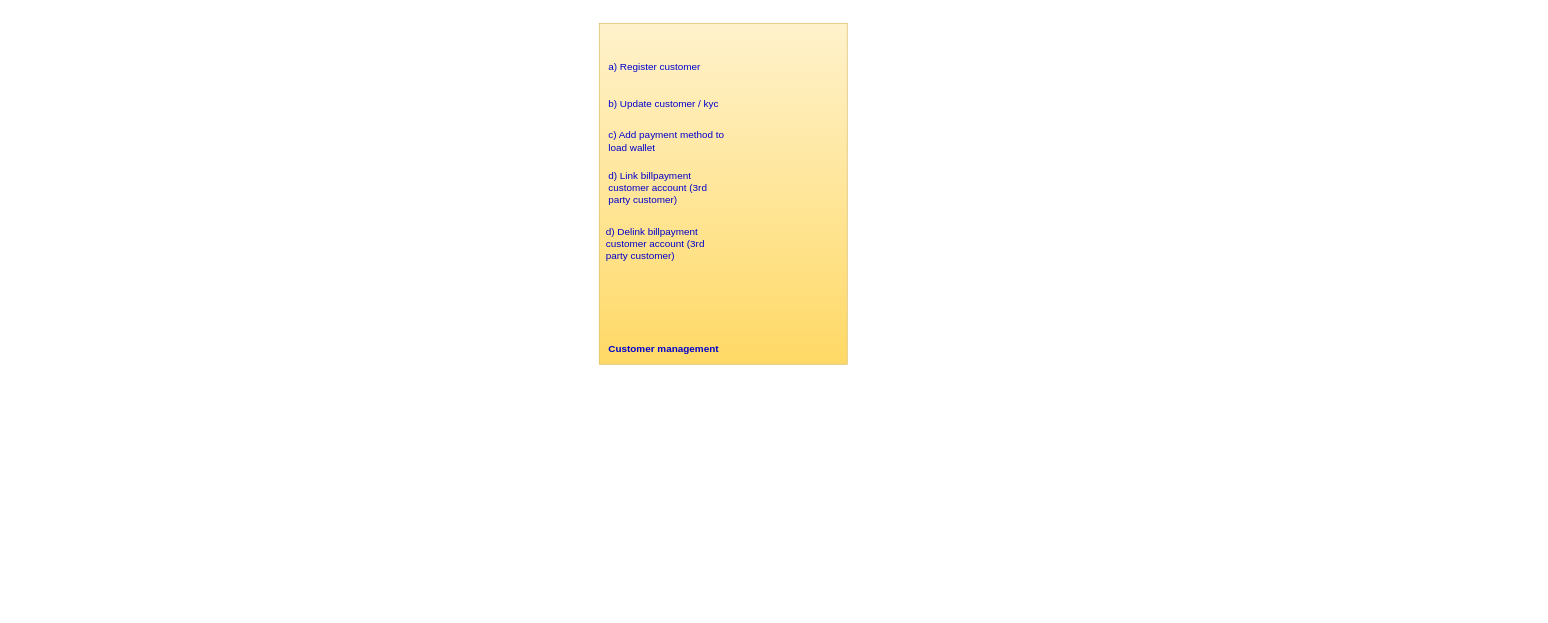
Above: java8/src/main/Subdomain-customer.drawio in aratishingala83/learning (draw.io), before the change. Source tidied: cells renumbered, new cells numbered last; positions are measured from the earlier drawing's top-left corner, leaving out a move shared by most shapes. Both pictures are drawn from the tidied source at 62%, with x=0, y=0 at pixel (598, 23).
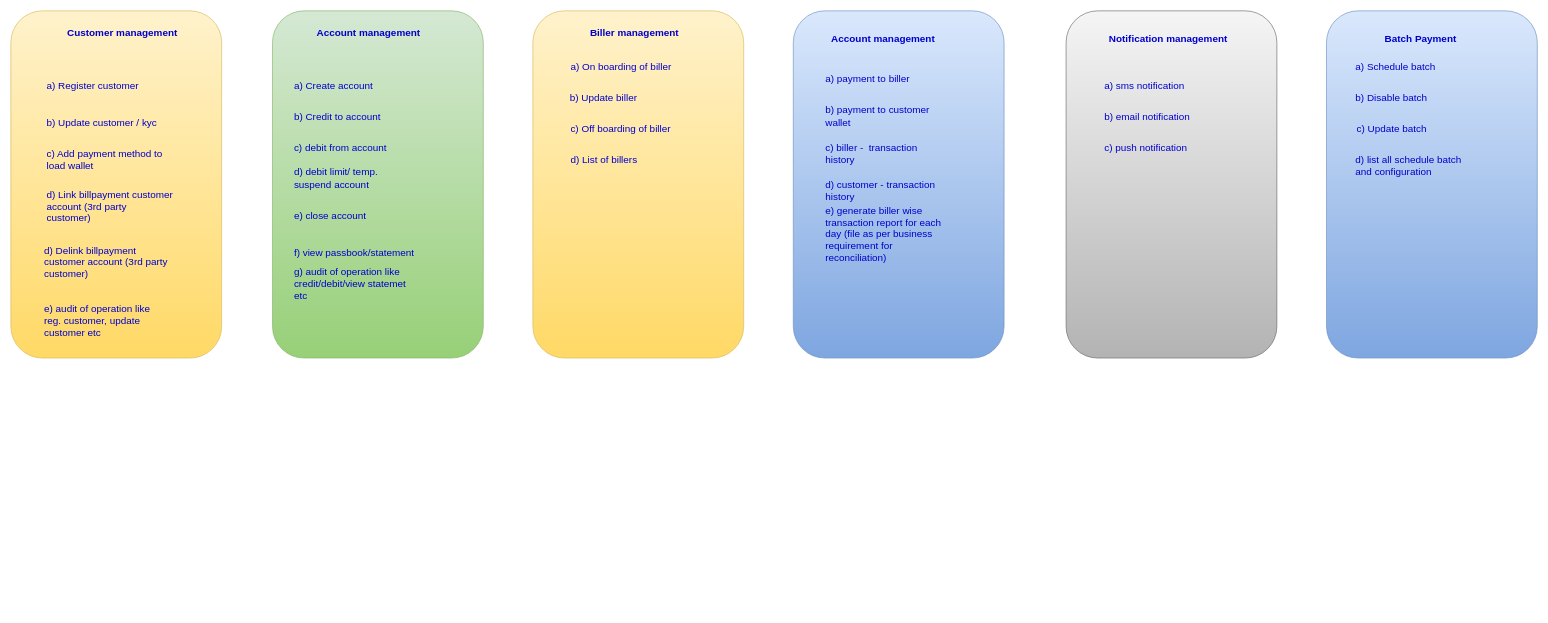
Above is the later version.

Change to the diagram source:
```diff
@@
-    <mxCell id="2" style="group;" parent="1" vertex="1">
-      <mxGeometry x="4" width="400" height="950" as="geometry" />
-    </mxCell>
-    <mxCell id="3" style="rounded=0;whiteSpace=wrap;html=1;fillColor=#fff2cc;strokeColor=#d6b656;gradientColor=#ffd966;" parent="2" vertex="1">
-      <mxGeometry x="-3" width="400" height="550" as="geometry" />
-    </mxCell>
+    <mxCell id="10" style="group;" parent="1" vertex="1">
+      <mxGeometry x="-948" y="-20" width="340" height="560" as="geometry" />
+    </mxCell>
+    <mxCell id="11" style="rounded=1;whiteSpace=wrap;html=1;fillColor=#fff2cc;strokeColor=#d6b656;gradientColor=#ffd966;" parent="10" vertex="1">
+      <mxGeometry width="340" height="560" as="geometry" />
+    </mxCell>
-    <mxCell id="4" value="Customer management" style="text;html=1;strokeColor=none;fillColor=none;align=center;verticalAlign=middle;whiteSpace=wrap;rounded=0;fontSize=16;fontStyle=1;fontColor=#0000CC;" parent="2" vertex="1">
-      <mxGeometry x="-4" y="510" width="210" height="30" as="geometry" />
+    <mxCell id="4" value="Customer management" style="text;html=1;strokeColor=none;fillColor=none;align=center;verticalAlign=middle;whiteSpace=wrap;rounded=0;fontSize=16;fontStyle=1;fontColor=#0000CC;" parent="10" vertex="1">
+      <mxGeometry x="72.1" y="20" width="216.4" height="30" as="geometry" />
     </mxCell>
-    <mxCell id="5" value="a) Register customer" style="text;html=1;strokeColor=none;fillColor=none;align=left;verticalAlign=middle;whiteSpace=wrap;rounded=0;fontSize=16;fontColor=#0000CC;" parent="2" vertex="1">
-      <mxGeometry x="10" y="50" width="200" height="40" as="geometry" />
+    <mxCell id="5" value="a) Register customer" style="text;html=1;strokeColor=none;fillColor=none;align=left;verticalAlign=middle;whiteSpace=wrap;rounded=0;fontSize=16;fontColor=#0000CC;" parent="10" vertex="1">
+      <mxGeometry x="55.6" y="100" width="206.1" height="40" as="geometry" />
     </mxCell>
-    <mxCell id="6" value="b) Update customer / kyc" style="text;html=1;strokeColor=none;fillColor=none;align=left;verticalAlign=middle;whiteSpace=wrap;rounded=0;fontSize=16;fontColor=#0000CC;" parent="2" vertex="1">
-      <mxGeometry x="10" y="110" width="200" height="40" as="geometry" />
+    <mxCell id="6" value="b) Update customer / kyc" style="text;html=1;strokeColor=none;fillColor=none;align=left;verticalAlign=middle;whiteSpace=wrap;rounded=0;fontSize=16;fontColor=#0000CC;" parent="10" vertex="1">
+      <mxGeometry x="55.6" y="160" width="206.1" height="40" as="geometry" />
     </mxCell>
-    <mxCell id="7" value="c) Add payment method to load wallet" style="text;html=1;strokeColor=none;fillColor=none;align=left;verticalAlign=middle;whiteSpace=wrap;rounded=0;fontSize=16;fontColor=#0000CC;" parent="2" vertex="1">
-      <mxGeometry x="10" y="170" width="200" height="40" as="geometry" />
+    <mxCell id="7" value="c) Add payment method to load wallet" style="text;html=1;strokeColor=none;fillColor=none;align=left;verticalAlign=middle;whiteSpace=wrap;rounded=0;fontSize=16;fontColor=#0000CC;" parent="10" vertex="1">
+      <mxGeometry x="55.6" y="220" width="206.1" height="40" as="geometry" />
     </mxCell>
-    <mxCell id="8" value="d) Link billpayment customer account (3rd party customer)" style="text;html=1;strokeColor=none;fillColor=none;align=left;verticalAlign=middle;whiteSpace=wrap;rounded=0;fontSize=16;fontColor=#0000CC;" parent="2" vertex="1">
-      <mxGeometry x="10" y="230" width="200" height="70" as="geometry" />
+    <mxCell id="8" value="d) Link billpayment customer account (3rd party customer)" style="text;html=1;strokeColor=none;fillColor=none;align=left;verticalAlign=middle;whiteSpace=wrap;rounded=0;fontSize=16;fontColor=#0000CC;" parent="10" vertex="1">
+      <mxGeometry x="55.6" y="280" width="206.1" height="70" as="geometry" />
     </mxCell>
-    <mxCell id="9" value="d) Delink billpayment customer account (3rd party customer)" style="text;html=1;strokeColor=none;fillColor=none;align=left;verticalAlign=middle;whiteSpace=wrap;rounded=0;fontSize=16;fontColor=#0000CC;" parent="2" vertex="1">
-      <mxGeometry x="6" y="320" width="200" height="70" as="geometry" />
+    <mxCell id="9" value="d) Delink billpayment customer account (3rd party customer)" style="text;html=1;strokeColor=none;fillColor=none;align=left;verticalAlign=middle;whiteSpace=wrap;rounded=0;fontSize=16;fontColor=#0000CC;" parent="10" vertex="1">
+      <mxGeometry x="51.5" y="370" width="206.1" height="70" as="geometry" />
     </mxCell>
+    <mxCell id="12" value="e) audit of operation like reg. customer, update customer etc&amp;nbsp;" style="text;html=1;strokeColor=none;fillColor=none;align=left;verticalAlign=middle;whiteSpace=wrap;rounded=0;fontSize=16;fontColor=#0000CC;" parent="10" vertex="1">
+      <mxGeometry x="51.5" y="480" width="200" height="40" as="geometry" />
+    </mxCell>
+    <mxCell id="13" style="rounded=1;whiteSpace=wrap;html=1;fillColor=#d5e8d4;gradientColor=#97d077;strokeColor=#82b366;" parent="1" vertex="1">
+      <mxGeometry x="-526" y="-20" width="340" height="560" as="geometry" />
+    </mxCell>
+    <mxCell id="14" value="Account management" style="text;html=1;strokeColor=none;fillColor=none;align=center;verticalAlign=middle;whiteSpace=wrap;rounded=0;fontSize=16;fontStyle=1;fontColor=#0000CC;" parent="1" vertex="1">
+      <mxGeometry x="-476" width="210" height="30" as="geometry" />
+    </mxCell>
+    <mxCell id="15" value="a) Create account" style="text;html=1;strokeColor=none;fillColor=none;align=left;verticalAlign=middle;whiteSpace=wrap;rounded=0;fontSize=16;fontColor=#0000CC;" parent="1" vertex="1">
+      <mxGeometry x="-493" y="80" width="200" height="40" as="geometry" />
+    </mxCell>
+    <mxCell id="16" value="b) Credit to account" style="text;html=1;strokeColor=none;fillColor=none;align=left;verticalAlign=middle;whiteSpace=wrap;rounded=0;fontSize=16;fontColor=#0000CC;" parent="1" vertex="1">
+      <mxGeometry x="-493" y="130" width="200" height="40" as="geometry" />
+    </mxCell>
+    <mxCell id="17" value="c) debit from account" style="text;html=1;strokeColor=none;fillColor=none;align=left;verticalAlign=middle;whiteSpace=wrap;rounded=0;fontSize=16;fontColor=#0000CC;" parent="1" vertex="1">
+      <mxGeometry x="-493" y="180" width="200" height="40" as="geometry" />
+    </mxCell>
+    <mxCell id="18" value="d) debit limit/ temp. suspend account" style="text;html=1;strokeColor=none;fillColor=none;align=left;verticalAlign=middle;whiteSpace=wrap;rounded=0;fontSize=16;fontColor=#0000CC;" parent="1" vertex="1">
+      <mxGeometry x="-493" y="230" width="200" height="40" as="geometry" />
+    </mxCell>
+    <mxCell id="19" value="e) close account" style="text;html=1;strokeColor=none;fillColor=none;align=left;verticalAlign=middle;whiteSpace=wrap;rounded=0;fontSize=16;fontColor=#0000CC;" parent="1" vertex="1">
+      <mxGeometry x="-493" y="290" width="200" height="40" as="geometry" />
+    </mxCell>
+    <mxCell id="20" value="f) view passbook/statement" style="text;html=1;strokeColor=none;fillColor=none;align=left;verticalAlign=middle;whiteSpace=wrap;rounded=0;fontSize=16;fontColor=#0000CC;" parent="1" vertex="1">
+      <mxGeometry x="-493" y="350" width="200" height="40" as="geometry" />
+    </mxCell>
+    <mxCell id="21" value="g) audit of operation like credit/debit/view statemet etc&amp;nbsp;" style="text;html=1;strokeColor=none;fillColor=none;align=left;verticalAlign=middle;whiteSpace=wrap;rounded=0;fontSize=16;fontColor=#0000CC;" parent="1" vertex="1">
+      <mxGeometry x="-493" y="400" width="200" height="40" as="geometry" />
+    </mxCell>
+    <mxCell id="22" style="group;" parent="1" vertex="1">
+      <mxGeometry x="314" y="-20" width="340" height="560" as="geometry" />
+    </mxCell>
+    <mxCell id="23" style="rounded=1;whiteSpace=wrap;html=1;fillColor=#dae8fc;gradientColor=#7ea6e0;strokeColor=#6c8ebf;" parent="22" vertex="1">
+      <mxGeometry width="340" height="560" as="geometry" />
+    </mxCell>
+    <mxCell id="24" value="Account management" style="text;html=1;strokeColor=none;fillColor=none;align=center;verticalAlign=middle;whiteSpace=wrap;rounded=0;fontSize=16;fontStyle=1;fontColor=#0000CC;" parent="22" vertex="1">
+      <mxGeometry x="40" y="30" width="210" height="30" as="geometry" />
+    </mxCell>
+    <mxCell id="25" value="a) payment to biller" style="text;html=1;strokeColor=none;fillColor=none;align=left;verticalAlign=middle;whiteSpace=wrap;rounded=0;fontSize=16;fontColor=#0000CC;" parent="22" vertex="1">
+      <mxGeometry x="50" y="90" width="200" height="40" as="geometry" />
+    </mxCell>
+    <mxCell id="26" value="b) payment to customer wallet" style="text;html=1;strokeColor=none;fillColor=none;align=left;verticalAlign=middle;whiteSpace=wrap;rounded=0;fontSize=16;fontColor=#0000CC;" parent="22" vertex="1">
+      <mxGeometry x="50" y="150" width="200" height="40" as="geometry" />
+    </mxCell>
+    <mxCell id="27" value="c) biller -&amp;nbsp; transaction history" style="text;html=1;strokeColor=none;fillColor=none;align=left;verticalAlign=middle;whiteSpace=wrap;rounded=0;fontSize=16;fontColor=#0000CC;" parent="22" vertex="1">
+      <mxGeometry x="50" y="210" width="200" height="40" as="geometry" />
+    </mxCell>
+    <mxCell id="28" value="d) customer - transaction history" style="text;html=1;strokeColor=none;fillColor=none;align=left;verticalAlign=middle;whiteSpace=wrap;rounded=0;fontSize=16;fontColor=#0000CC;" parent="22" vertex="1">
+      <mxGeometry x="50" y="270" width="200" height="40" as="geometry" />
+    </mxCell>
+    <mxCell id="29" value="e) generate biller wise transaction report for each day (file as per business requirement for reconciliation)" style="text;html=1;strokeColor=none;fillColor=none;align=left;verticalAlign=middle;whiteSpace=wrap;rounded=0;fontSize=16;fontColor=#0000CC;" parent="22" vertex="1">
+      <mxGeometry x="50" y="340" width="200" height="40" as="geometry" />
+    </mxCell>
+    <mxCell id="30" style="group;" parent="1" vertex="1">
+      <mxGeometry x="-106" y="-20" width="340" height="560" as="geometry" />
+    </mxCell>
+    <mxCell id="31" style="rounded=1;whiteSpace=wrap;html=1;fillColor=#fff2cc;gradientColor=#ffd966;strokeColor=#d6b656;" parent="30" vertex="1">
+      <mxGeometry width="340" height="560" as="geometry" />
+    </mxCell>
+    <mxCell id="32" value="Biller management" style="text;html=1;strokeColor=none;fillColor=none;align=center;verticalAlign=middle;whiteSpace=wrap;rounded=0;fontSize=16;fontStyle=1;fontColor=#0000CC;" parent="30" vertex="1">
+      <mxGeometry x="59" y="20" width="210" height="30" as="geometry" />
+    </mxCell>
+    <mxCell id="33" value="a) On boarding of biller" style="text;html=1;strokeColor=none;fillColor=none;align=left;verticalAlign=middle;whiteSpace=wrap;rounded=0;fontSize=16;fontColor=#0000CC;" parent="30" vertex="1">
+      <mxGeometry x="59" y="70" width="200" height="40" as="geometry" />
+    </mxCell>
+    <mxCell id="34" value="b) Update biller" style="text;html=1;strokeColor=none;fillColor=none;align=left;verticalAlign=middle;whiteSpace=wrap;rounded=0;fontSize=16;fontColor=#0000CC;" parent="30" vertex="1">
+      <mxGeometry x="58" y="120" width="200" height="40" as="geometry" />
+    </mxCell>
+    <mxCell id="35" value="c) Off boarding of biller" style="text;html=1;strokeColor=none;fillColor=none;align=left;verticalAlign=middle;whiteSpace=wrap;rounded=0;fontSize=16;fontColor=#0000CC;" parent="30" vertex="1">
+      <mxGeometry x="59" y="170" width="200" height="40" as="geometry" />
+    </mxCell>
+    <mxCell id="36" value="d) List of billers" style="text;html=1;strokeColor=none;fillColor=none;align=left;verticalAlign=middle;whiteSpace=wrap;rounded=0;fontSize=16;fontColor=#0000CC;" parent="30" vertex="1">
+      <mxGeometry x="59" y="220" width="200" height="40" as="geometry" />
+    </mxCell>
+    <mxCell id="37" style="group;" parent="1" vertex="1">
+      <mxGeometry x="754" y="-20" width="340" height="560" as="geometry" />
+    </mxCell>
+    <mxCell id="38" style="rounded=1;whiteSpace=wrap;html=1;fillColor=#f5f5f5;gradientColor=#b3b3b3;strokeColor=#666666;" parent="37" vertex="1">
+      <mxGeometry width="340" height="560" as="geometry" />
+    </mxCell>
+    <mxCell id="39" value="Notification management" style="text;html=1;strokeColor=none;fillColor=none;align=center;verticalAlign=middle;whiteSpace=wrap;rounded=0;fontSize=16;fontStyle=1;fontColor=#0000CC;" parent="37" vertex="1">
+      <mxGeometry x="60" y="30" width="210" height="30" as="geometry" />
+    </mxCell>
+    <mxCell id="40" value="a) sms notification" style="text;html=1;strokeColor=none;fillColor=none;align=left;verticalAlign=middle;whiteSpace=wrap;rounded=0;fontSize=16;fontColor=#0000CC;" parent="37" vertex="1">
+      <mxGeometry x="60" y="100" width="200" height="40" as="geometry" />
+    </mxCell>
+    <mxCell id="41" value="b) email notification" style="text;html=1;strokeColor=none;fillColor=none;align=left;verticalAlign=middle;whiteSpace=wrap;rounded=0;fontSize=16;fontColor=#0000CC;" parent="37" vertex="1">
+      <mxGeometry x="60" y="150" width="200" height="40" as="geometry" />
+    </mxCell>
+    <mxCell id="42" value="c) push notification" style="text;html=1;strokeColor=none;fillColor=none;align=left;verticalAlign=middle;whiteSpace=wrap;rounded=0;fontSize=16;fontColor=#0000CC;" parent="37" vertex="1">
+      <mxGeometry x="60" y="200" width="200" height="40" as="geometry" />
+    </mxCell>
+    <mxCell id="43" style="group;" parent="1" vertex="1">
+      <mxGeometry x="1174" y="-20" width="340" height="560" as="geometry" />
+    </mxCell>
+    <mxCell id="44" style="rounded=1;whiteSpace=wrap;html=1;fillColor=#dae8fc;gradientColor=#7ea6e0;strokeColor=#6c8ebf;" parent="43" vertex="1">
+      <mxGeometry width="340" height="560" as="geometry" />
+    </mxCell>
+    <mxCell id="45" value="Batch Payment" style="text;html=1;strokeColor=none;fillColor=none;align=center;verticalAlign=middle;whiteSpace=wrap;rounded=0;fontSize=16;fontStyle=1;fontColor=#0000CC;" parent="43" vertex="1">
+      <mxGeometry x="47" y="30" width="210" height="30" as="geometry" />
+    </mxCell>
+    <mxCell id="46" value="a) Schedule batch" style="text;html=1;strokeColor=none;fillColor=none;align=left;verticalAlign=middle;whiteSpace=wrap;rounded=0;fontSize=16;fontColor=#0000CC;" parent="43" vertex="1">
+      <mxGeometry x="45" y="70" width="200" height="40" as="geometry" />
+    </mxCell>
+    <mxCell id="47" value="b) Disable batch" style="text;html=1;strokeColor=none;fillColor=none;align=left;verticalAlign=middle;whiteSpace=wrap;rounded=0;fontSize=16;fontColor=#0000CC;" parent="43" vertex="1">
+      <mxGeometry x="45" y="120" width="200" height="40" as="geometry" />
+    </mxCell>
+    <mxCell id="48" value="c) Update batch" style="text;html=1;strokeColor=none;fillColor=none;align=left;verticalAlign=middle;whiteSpace=wrap;rounded=0;fontSize=16;fontColor=#0000CC;" parent="43" vertex="1">
+      <mxGeometry x="47" y="170" width="200" height="40" as="geometry" />
+    </mxCell>
+    <mxCell id="49" value="d) list all schedule batch and configuration" style="text;html=1;strokeColor=none;fillColor=none;align=left;verticalAlign=middle;whiteSpace=wrap;rounded=0;fontSize=16;fontColor=#0000CC;" parent="43" vertex="1">
+      <mxGeometry x="45" y="230" width="200" height="40" as="geometry" />
+    </mxCell>
```
